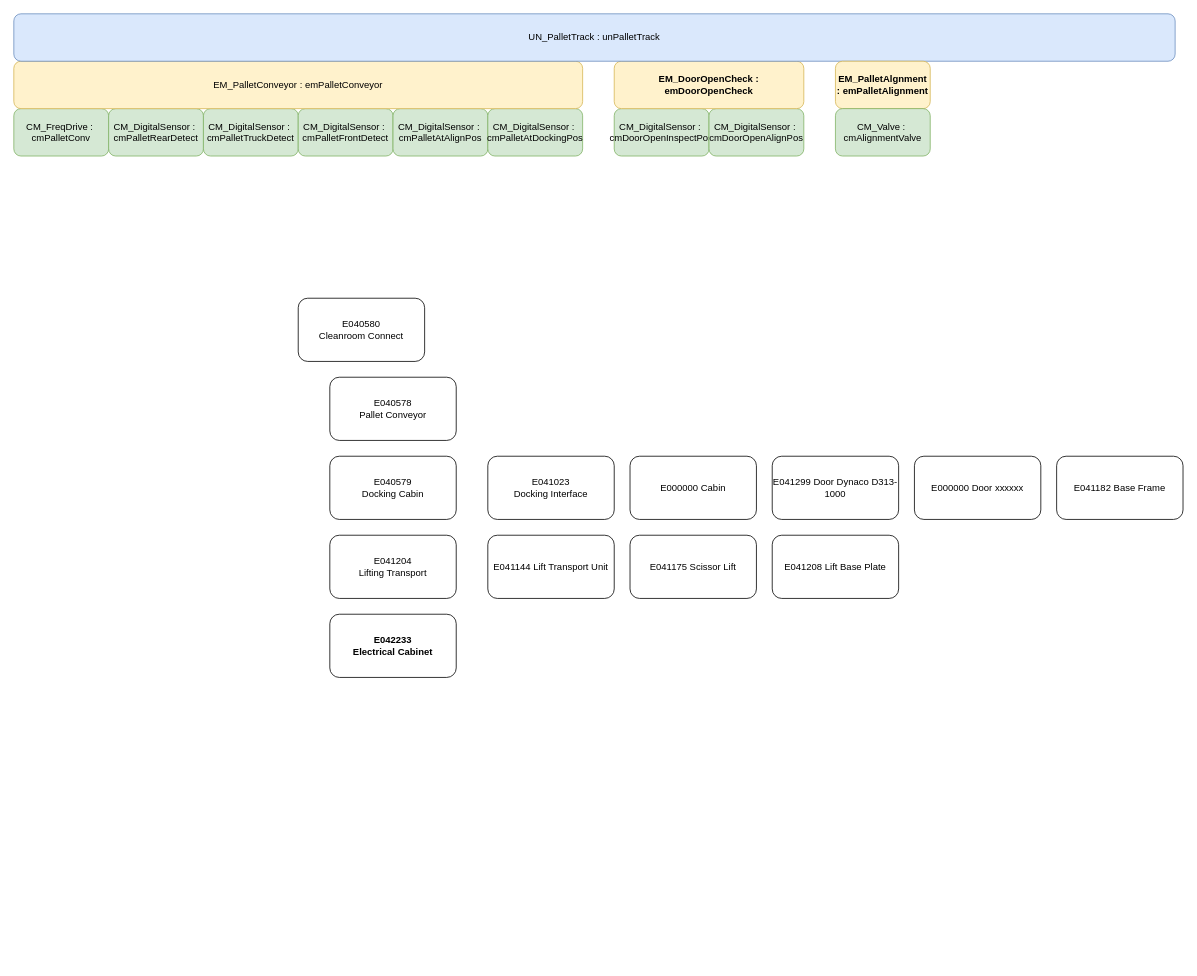
Before: page "Page-1" (1 of 7) of Documentation/Software architecture.drawio in KMWE/KMWE_CleanroomConnect, a draw.io diagram. Source tidied: cells renumbered, new cells numbered last; positions are measured from the earlier drawing's top-left corner, leaving out a move shared by most shapes. Both pictures are drawn from the tidied source at 79%, with x=0, y=0 at pixel (13, 13).
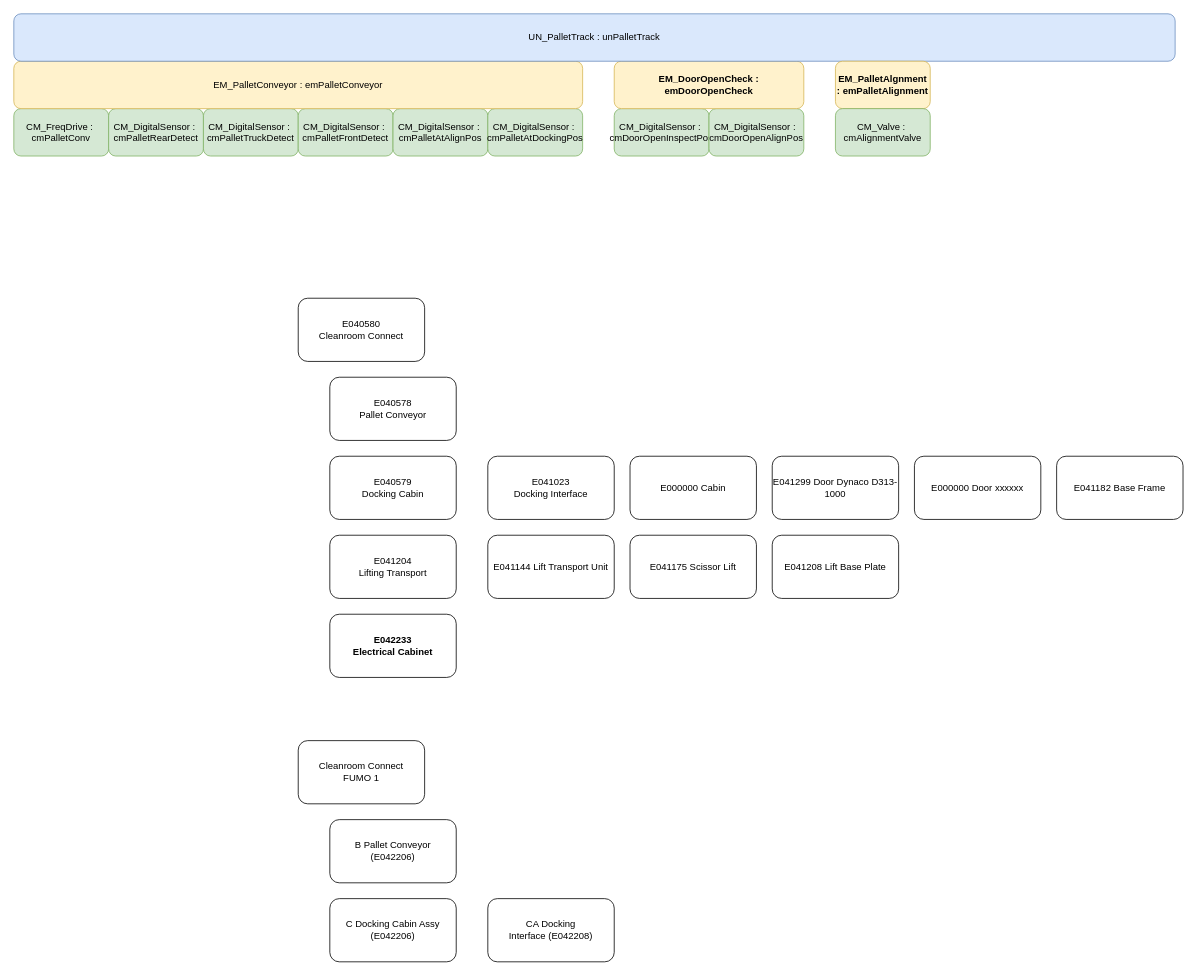
Above is the later version.

Change to the diagram source:
```diff
@@
+    <mxCell id="28" value="&lt;div&gt;&lt;span style=&quot;background-color: initial;&quot;&gt;Cleanroom Connect&lt;/span&gt;&lt;/div&gt;&lt;div&gt;&lt;span style=&quot;background-color: initial;&quot;&gt;FUMO 1&lt;/span&gt;&lt;/div&gt;" style="rounded=1;whiteSpace=wrap;html=1;" parent="1" vertex="1">
+      <mxGeometry x="360" y="920" width="160" height="80" as="geometry" />
+    </mxCell>
+    <mxCell id="29" value="&lt;div&gt;&lt;span style=&quot;background-color: initial;&quot;&gt;B Pallet Conveyor&lt;/span&gt;&lt;/div&gt;&lt;div&gt;&lt;span style=&quot;background-color: initial;&quot;&gt;(&lt;/span&gt;&lt;span style=&quot;background-color: initial;&quot;&gt;E042206)&lt;/span&gt;&lt;/div&gt;" style="rounded=1;whiteSpace=wrap;html=1;" parent="1" vertex="1">
+      <mxGeometry x="400" y="1020" width="160" height="80" as="geometry" />
+    </mxCell>
+    <mxCell id="30" value="&lt;div&gt;&lt;span style=&quot;background-color: initial;&quot;&gt;CA Docking Interface&amp;nbsp;&lt;/span&gt;&lt;span style=&quot;background-color: initial;&quot;&gt;(&lt;/span&gt;&lt;span style=&quot;background-color: initial;&quot;&gt;E042208)&lt;/span&gt;&lt;/div&gt;" style="rounded=1;whiteSpace=wrap;html=1;" parent="1" vertex="1">
+      <mxGeometry x="600" y="1120" width="160" height="80" as="geometry" />
+    </mxCell>
+    <mxCell id="31" value="&lt;div&gt;&lt;span style=&quot;background-color: initial;&quot;&gt;C Docking Cabin Assy&lt;/span&gt;&lt;/div&gt;&lt;div&gt;&lt;span style=&quot;background-color: initial;&quot;&gt;(&lt;/span&gt;&lt;span style=&quot;background-color: initial;&quot;&gt;E042206)&lt;/span&gt;&lt;/div&gt;" style="rounded=1;whiteSpace=wrap;html=1;" parent="1" vertex="1">
+      <mxGeometry x="400" y="1120" width="160" height="80" as="geometry" />
+    </mxCell>
```
